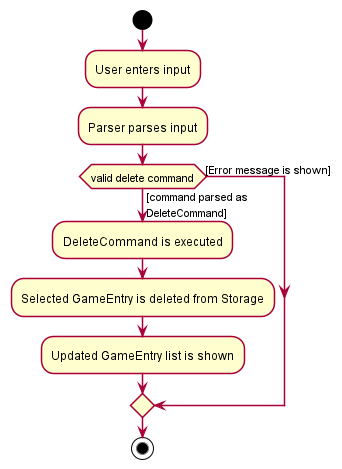
This is docs/images/DeleteActivityDiagram.png from yzhilong/tp, a PlantUML export, as it was before one commit.
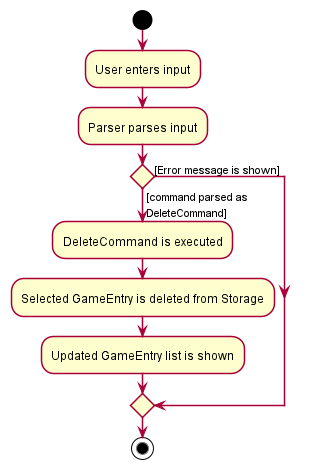
Above is the later version.

Commit message:
Modify sequence diagram

Diff of the diagram source:
```diff
@@ -3,7 +3,7 @@
 start
 :User enters input;
 :Parser parses input;
-if (valid delete command) then ([command parsed as
+if () then ([command parsed as
 DeleteCommand])
 :DeleteCommand is executed;
 :Selected GameEntry is deleted from Storage;
```
